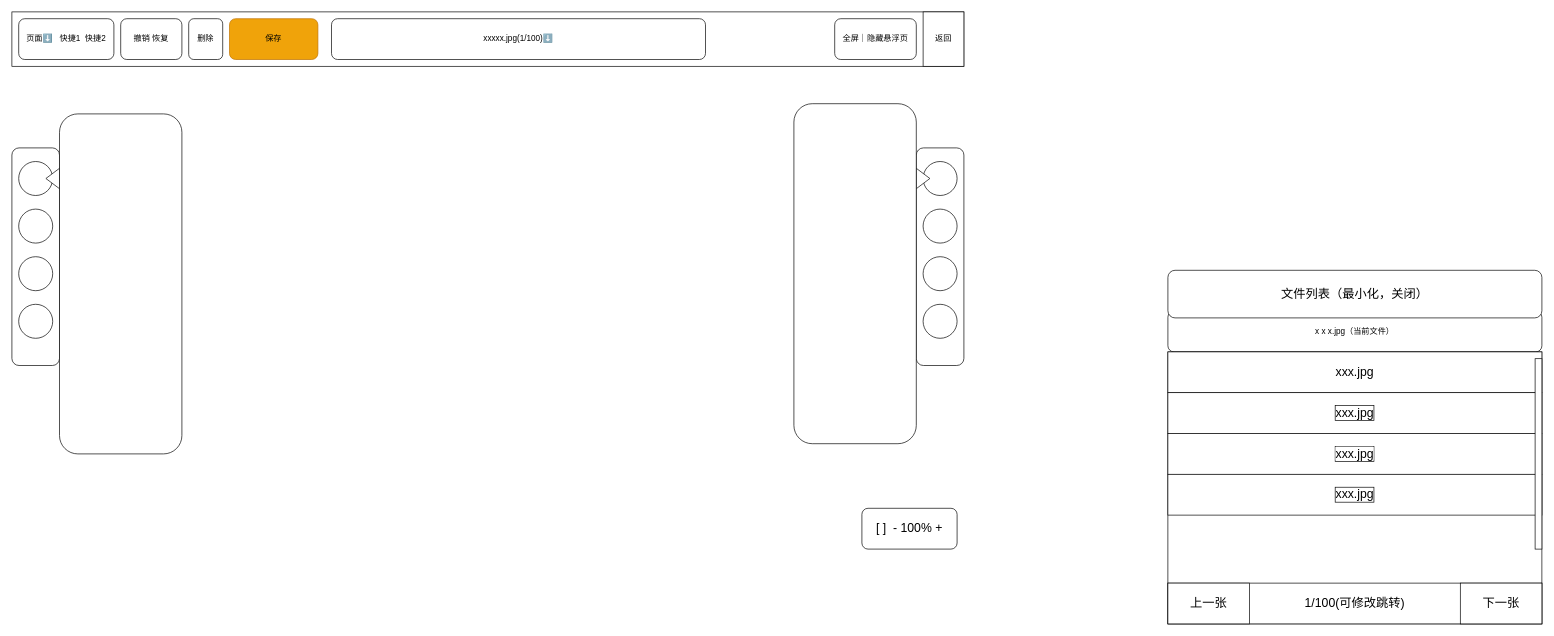
buildm/draw.io keeps this draw.io diagram as ui/未命名绘图.drawio. Above is the earlier version. Source tidied: cells renumbered, new cells numbered last; positions are measured from the earlier drawing's top-left corner, leaving out a move shared by most shapes. Both pictures are drawn from the tidied source at 68%, with x=0, y=0 at pixel (12, 12).
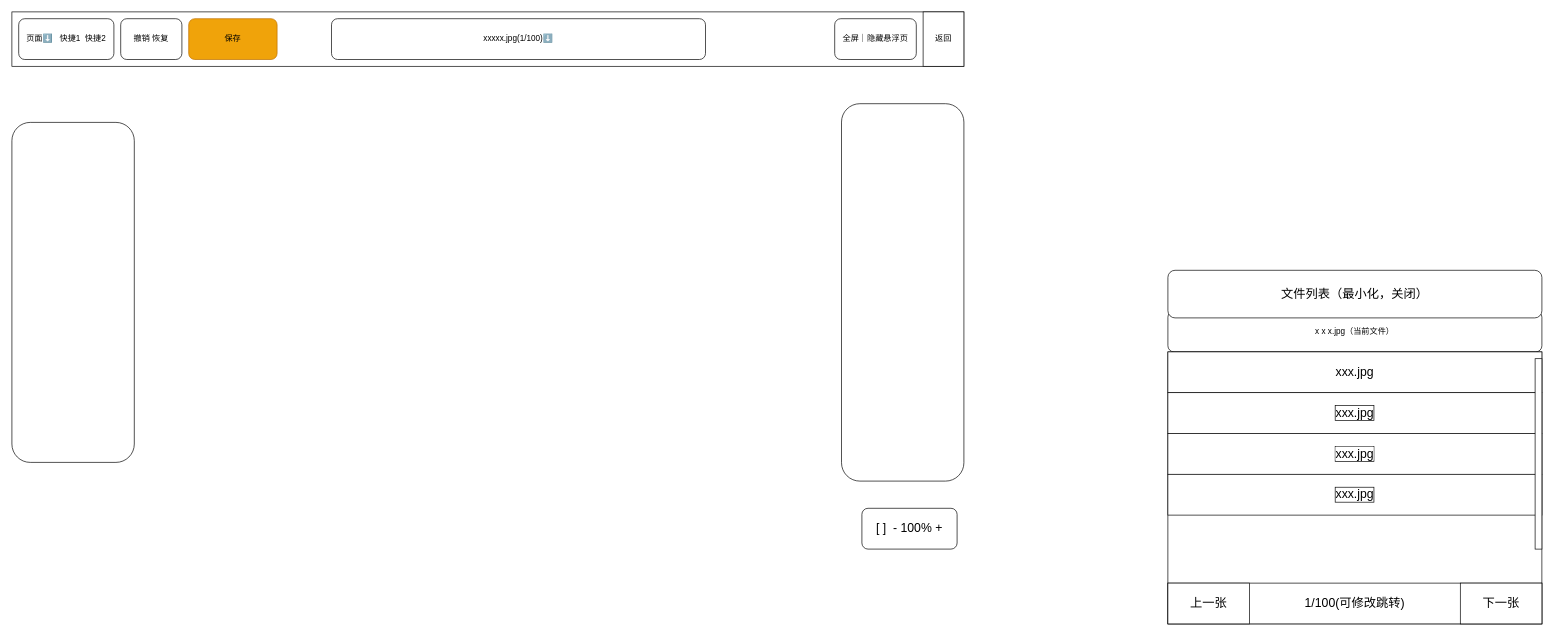
The same diagram, later.

Commit message (it also covers changes not shown here):
更新未命名绘图.drawio

The edit, as a diff of the source:
```diff
@@
-    <mxCell id="5" value="删除" style="rounded=1;whiteSpace=wrap;html=1;" parent="1" vertex="1">
-      <mxGeometry x="260" y="10" width="50" height="60" as="geometry" />
-    </mxCell>
@@
     <mxCell id="9" value="保存" style="rounded=1;whiteSpace=wrap;html=1;fillColor=#f0a30a;fontColor=#000000;strokeColor=#BD7000;" parent="1" vertex="1">
-      <mxGeometry x="320" y="10" width="130" height="60" as="geometry" />
+      <mxGeometry x="260" y="10" width="130" height="60" as="geometry" />
     </mxCell>
@@
-    <mxCell id="21" style="rounded=1;whiteSpace=wrap;html=1;labelBackgroundColor=default;labelBorderColor=none;strokeColor=default;fontSize=18;" parent="1" vertex="1">
-      <mxGeometry y="200" width="70" height="320" as="geometry" />
-    </mxCell>
@@
     <mxCell id="23" style="rounded=1;whiteSpace=wrap;html=1;labelBackgroundColor=default;labelBorderColor=none;strokeColor=default;fontSize=18;" parent="1" vertex="1">
-      <mxGeometry x="70" y="150" width="180" height="500" as="geometry" />
+      <mxGeometry y="162.5" width="180" height="500" as="geometry" />
     </mxCell>
-    <mxCell id="24" style="ellipse;whiteSpace=wrap;html=1;labelBackgroundColor=default;labelBorderColor=none;strokeColor=default;fontSize=18;" parent="1" vertex="1">
-      <mxGeometry x="10" y="220" width="50" height="50" as="geometry" />
-    </mxCell>
-    <mxCell id="25" style="ellipse;whiteSpace=wrap;html=1;labelBackgroundColor=default;labelBorderColor=none;strokeColor=default;fontSize=18;" parent="1" vertex="1">
-      <mxGeometry x="10" y="290" width="50" height="50" as="geometry" />
-    </mxCell>
-    <mxCell id="26" style="ellipse;whiteSpace=wrap;html=1;labelBackgroundColor=default;labelBorderColor=none;strokeColor=default;fontSize=18;" parent="1" vertex="1">
-      <mxGeometry x="10" y="360" width="50" height="50" as="geometry" />
-    </mxCell>
-    <mxCell id="27" style="ellipse;whiteSpace=wrap;html=1;labelBackgroundColor=default;labelBorderColor=none;strokeColor=default;fontSize=18;" parent="1" vertex="1">
-      <mxGeometry x="10" y="430" width="50" height="50" as="geometry" />
-    </mxCell>
-    <mxCell id="28" style="rounded=1;whiteSpace=wrap;html=1;labelBackgroundColor=default;labelBorderColor=none;strokeColor=default;fontSize=18;" parent="1" vertex="1">
-      <mxGeometry x="1330" y="200" width="70" height="320" as="geometry" />
-    </mxCell>
-    <mxCell id="29" style="ellipse;whiteSpace=wrap;html=1;labelBackgroundColor=default;labelBorderColor=none;strokeColor=default;fontSize=18;" parent="1" vertex="1">
-      <mxGeometry x="1340" y="220" width="50" height="50" as="geometry" />
-    </mxCell>
-    <mxCell id="30" style="ellipse;whiteSpace=wrap;html=1;labelBackgroundColor=default;labelBorderColor=none;strokeColor=default;fontSize=18;" parent="1" vertex="1">
-      <mxGeometry x="1340" y="290" width="50" height="50" as="geometry" />
-    </mxCell>
-    <mxCell id="31" style="ellipse;whiteSpace=wrap;html=1;labelBackgroundColor=default;labelBorderColor=none;strokeColor=default;fontSize=18;" parent="1" vertex="1">
-      <mxGeometry x="1340" y="360" width="50" height="50" as="geometry" />
-    </mxCell>
-    <mxCell id="32" style="ellipse;whiteSpace=wrap;html=1;labelBackgroundColor=default;labelBorderColor=none;strokeColor=default;fontSize=18;" parent="1" vertex="1">
-      <mxGeometry x="1340" y="430" width="50" height="50" as="geometry" />
-    </mxCell>
-    <mxCell id="33" style="triangle;whiteSpace=wrap;html=1;labelBackgroundColor=default;labelBorderColor=none;strokeColor=default;fontSize=18;" parent="1" vertex="1">
-      <mxGeometry x="1330" y="230" width="20" height="30" as="geometry" />
-    </mxCell>
     <mxCell id="34" style="rounded=1;whiteSpace=wrap;html=1;labelBackgroundColor=default;labelBorderColor=none;strokeColor=default;fontSize=18;" parent="1" vertex="1">
-      <mxGeometry x="1150" y="135" width="180" height="500" as="geometry" />
+      <mxGeometry x="1220" y="135" width="180" height="555" as="geometry" />
     </mxCell>
-    <mxCell id="35" style="triangle;whiteSpace=wrap;html=1;labelBackgroundColor=default;labelBorderColor=none;strokeColor=default;fontSize=18;direction=west;" parent="1" vertex="1">
-      <mxGeometry x="50" y="230" width="20" height="30" as="geometry" />
-    </mxCell>
```
